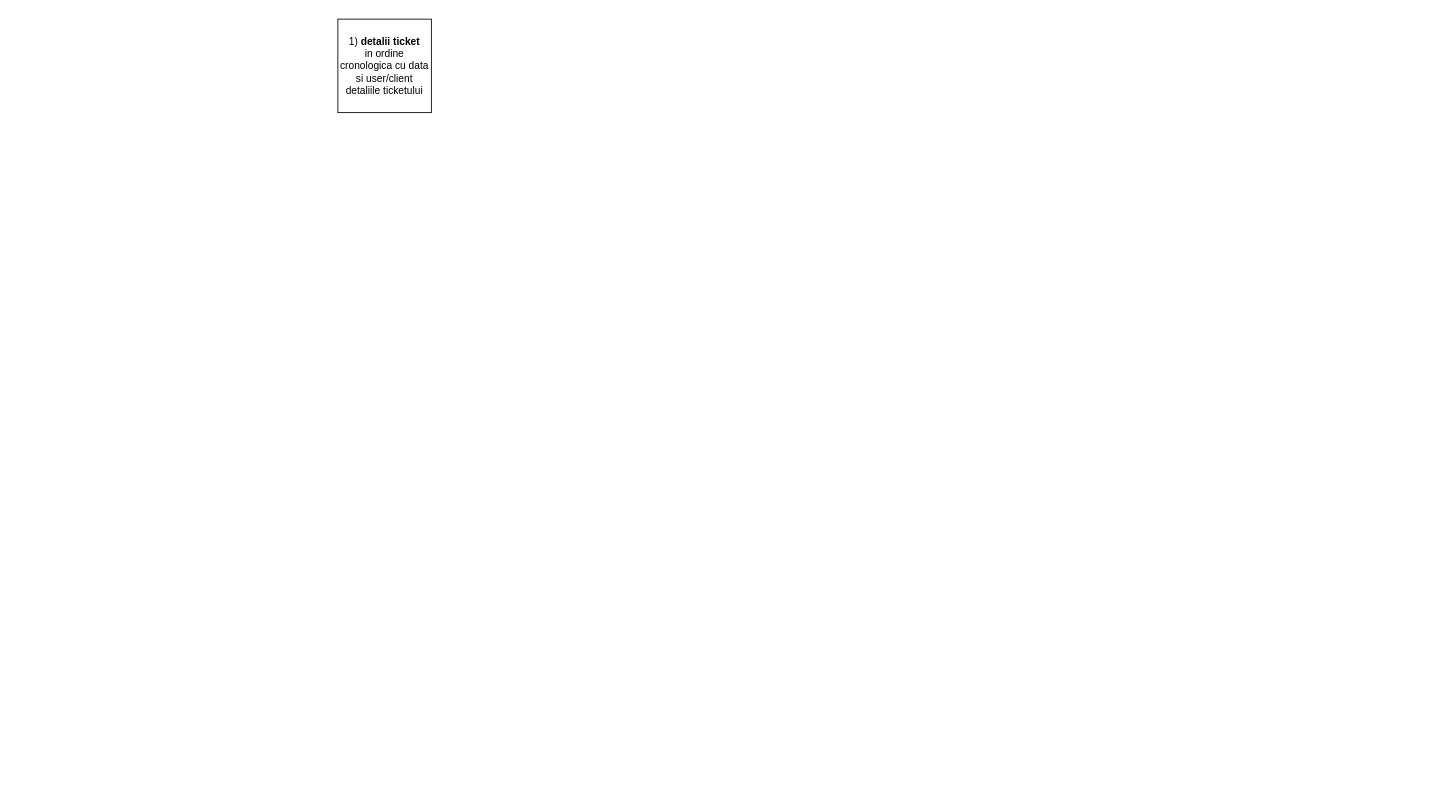
Above: Untitled Diagram.drawio.xml in TomaAndreeaCristina/App_ticketing (draw.io), before the change. Source tidied: cells renumbered, new cells numbered last; positions are measured from the earlier drawing's top-left corner, leaving out a move shared by most shapes. Both pictures are drawn from the tidied source at 85%, with x=0, y=0 at pixel (337, 19).
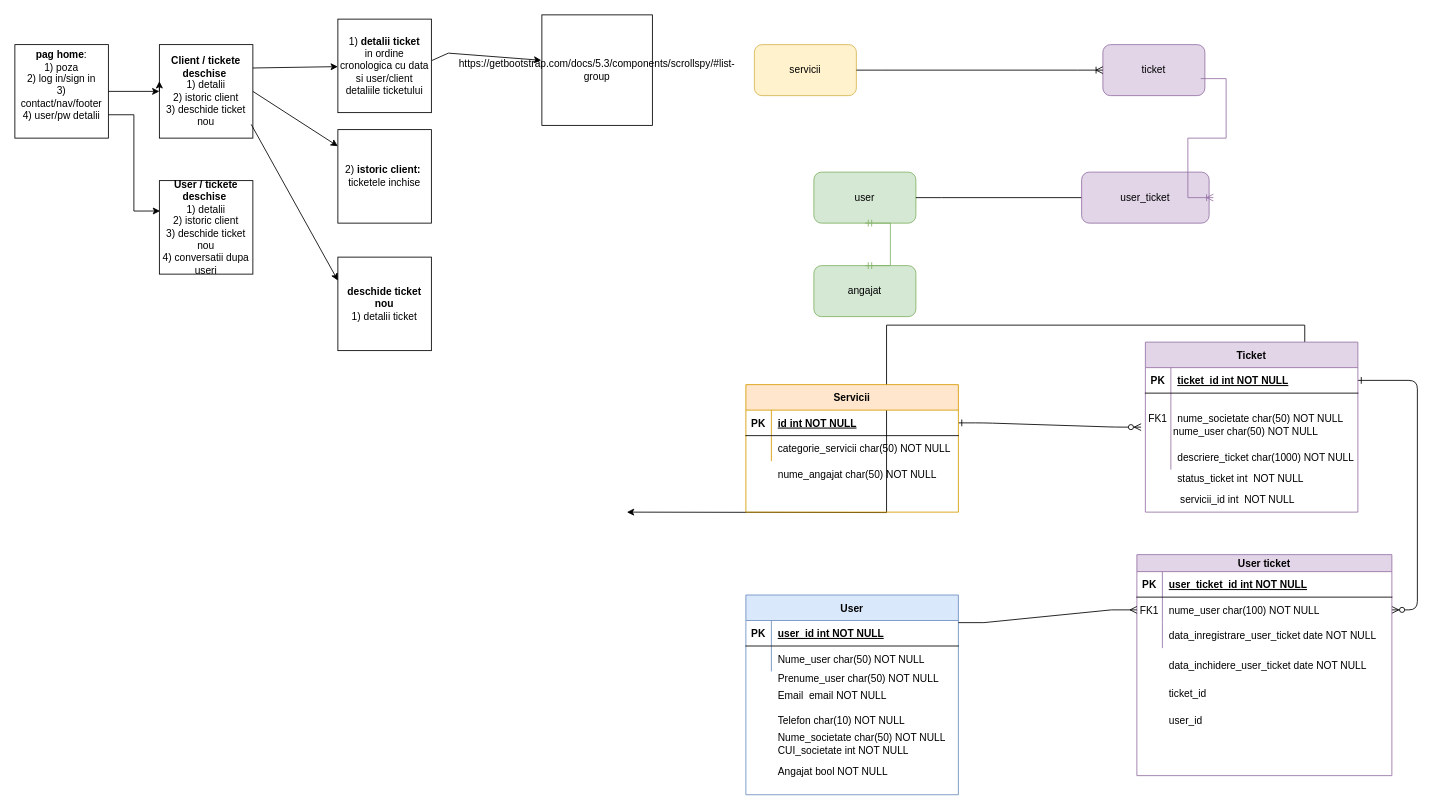
Above is the later version.

Unchanged cells that the change refers to:
```xml
<mxCell id="2" value="1) &lt;b&gt;detalii ticket&lt;/b&gt;&lt;div&gt;in ordine cronologica cu data si user/client detaliile ticketului&lt;/div&gt;" style="whiteSpace=wrap;html=1;" parent="1" vertex="1">
  <mxGeometry width="110" height="110" as="geometry" />
</mxCell>
```

Change to the diagram source:
```diff
@@
+    <mxCell id="3" style="edgeStyle=entityRelationEdgeStyle;endArrow=ERzeroToMany;startArrow=ERone;endFill=1;startFill=0;exitX=1;exitY=0.5;exitDx=0;exitDy=0;" parent="1" edge="1" source="27">
+      <mxGeometry relative="1" as="geometry">
+        <mxPoint x="945" y="480" as="targetPoint" />
+      </mxGeometry>
+    </mxCell>
+    <mxCell id="4" style="edgeStyle=entityRelationEdgeStyle;endArrow=ERzeroToMany;startArrow=ERone;endFill=1;startFill=0;" parent="1" edge="1" source="7" target="20">
+      <mxGeometry relative="1" as="geometry" />
+    </mxCell>
+    <mxCell id="5" style="edgeStyle=orthogonalEdgeStyle;rounded=0;jettySize=auto;html=1;exitX=0.75;exitY=0;exitDx=0;exitDy=0;" parent="1" edge="1" source="6">
+      <mxGeometry relative="1" as="geometry">
+        <mxPoint x="340" y="580" as="targetPoint" />
+      </mxGeometry>
+    </mxCell>
+    <mxCell id="6" value="Ticket" style="shape=table;startSize=30;childLayout=tableLayout;rowLines=0;fontStyle=1;align=center;fillColor=#e1d5e7;strokeColor=#9673a6;" parent="1" vertex="1">
+      <mxGeometry x="950" y="380" width="250" height="200" as="geometry" />
+    </mxCell>
+    <mxCell id="7" style="shape=partialRectangle;fillColor=none;points=[[0,0.5],[1,0.5]];portConstraint=eastwest;top=0;left=0;right=0;bottom=1;" parent="6" vertex="1">
+      <mxGeometry y="30" width="250" height="30" as="geometry" />
+    </mxCell>
+    <mxCell id="8" value="PK" style="shape=partialRectangle;overflow=hidden;fillColor=none;top=0;left=0;bottom=0;right=0;fontStyle=1;" parent="7" vertex="1">
+      <mxGeometry width="30" height="30" as="geometry" />
+    </mxCell>
+    <mxCell id="9" value="ticket_id int NOT NULL " style="shape=partialRectangle;overflow=hidden;fillColor=none;top=0;left=0;bottom=0;right=0;align=left;spacingLeft=6;fontStyle=5;" parent="7" vertex="1">
+      <mxGeometry x="30" width="220" height="30" as="geometry" />
+    </mxCell>
+    <mxCell id="10" style="shape=partialRectangle;fillColor=none;top=0;left=0;right=0;bottom=0;" parent="6" vertex="1">
+      <mxGeometry y="60" width="250" height="60" as="geometry" />
+    </mxCell>
+    <mxCell id="11" value="FK1" style="shape=partialRectangle;overflow=hidden;fillColor=none;top=0;left=0;bottom=0;right=0;" parent="10" vertex="1">
+      <mxGeometry width="30" height="60" as="geometry" />
+    </mxCell>
+    <mxCell id="12" value="nume_societate char(50) NOT NULL" style="shape=partialRectangle;overflow=hidden;fillColor=none;top=0;left=0;bottom=0;right=0;align=left;spacingLeft=6;" parent="10" vertex="1">
+      <mxGeometry x="30" width="220" height="60" as="geometry" />
+    </mxCell>
+    <mxCell id="13" style="shape=partialRectangle;fillColor=none;top=0;left=0;right=0;bottom=0;" parent="6" vertex="1">
+      <mxGeometry y="120" width="250" height="30" as="geometry" />
+    </mxCell>
+    <mxCell id="14" style="shape=partialRectangle;overflow=hidden;fillColor=none;top=0;left=0;bottom=0;right=0;" parent="13" vertex="1">
+      <mxGeometry width="30" height="30" as="geometry" />
+    </mxCell>
+    <mxCell id="15" value="descriere_ticket char(1000) NOT NULL" style="shape=partialRectangle;overflow=hidden;fillColor=none;top=0;left=0;bottom=0;right=0;align=left;spacingLeft=6;" parent="13" vertex="1">
+      <mxGeometry x="30" width="220" height="30" as="geometry" />
+    </mxCell>
+    <mxCell id="16" value="User ticket" style="shape=table;startSize=20;childLayout=tableLayout;rowLines=0;fontStyle=1;align=center;fillColor=#e1d5e7;strokeColor=#9673a6;" parent="1" vertex="1">
+      <mxGeometry x="940" y="630" width="300" height="260" as="geometry" />
+    </mxCell>
+    <mxCell id="17" style="shape=partialRectangle;fillColor=none;top=0;left=0;right=0;bottom=1;" parent="16" vertex="1">
+      <mxGeometry y="20" width="300" height="30" as="geometry" />
+    </mxCell>
+    <mxCell id="18" value="PK" style="shape=partialRectangle;overflow=hidden;fillColor=none;top=0;left=0;bottom=0;right=0;fontStyle=1;" parent="17" vertex="1">
+      <mxGeometry width="30" height="30" as="geometry" />
+    </mxCell>
+    <mxCell id="19" value="user_ticket_id int NOT NULL " style="shape=partialRectangle;overflow=hidden;fillColor=none;top=0;left=0;bottom=0;right=0;align=left;spacingLeft=6;fontStyle=5;" parent="17" vertex="1">
+      <mxGeometry x="30" width="270" height="30" as="geometry" />
+    </mxCell>
+    <mxCell id="20" style="shape=partialRectangle;fillColor=none;points=[[0,0.5],[1,0.5]];portConstraint=eastwest;top=0;left=0;right=0;bottom=0;" parent="16" vertex="1">
+      <mxGeometry y="50" width="300" height="30" as="geometry" />
+    </mxCell>
+    <mxCell id="21" value="FK1" style="shape=partialRectangle;overflow=hidden;fillColor=none;top=0;left=0;bottom=0;right=0;" parent="20" vertex="1">
+      <mxGeometry width="30" height="30" as="geometry" />
+    </mxCell>
+    <mxCell id="22" value="nume_user char(100) NOT NULL" style="shape=partialRectangle;overflow=hidden;fillColor=none;top=0;left=0;bottom=0;right=0;align=left;spacingLeft=6;" parent="20" vertex="1">
+      <mxGeometry x="30" width="270" height="30" as="geometry" />
+    </mxCell>
+    <mxCell id="23" style="shape=partialRectangle;fillColor=none;top=0;left=0;right=0;bottom=0;" parent="16" vertex="1">
+      <mxGeometry y="80" width="300" height="30" as="geometry" />
+    </mxCell>
+    <mxCell id="24" style="shape=partialRectangle;overflow=hidden;fillColor=none;top=0;left=0;bottom=0;right=0;" parent="23" vertex="1">
+      <mxGeometry width="30" height="30" as="geometry" />
+    </mxCell>
+    <mxCell id="25" value="data_inregistrare_user_ticket date NOT NULL" style="shape=partialRectangle;overflow=hidden;fillColor=none;top=0;left=0;bottom=0;right=0;align=left;spacingLeft=6;" parent="23" vertex="1">
+      <mxGeometry x="30" width="270" height="30" as="geometry" />
+    </mxCell>
+    <mxCell id="26" value="Servicii" style="shape=table;startSize=30;childLayout=tableLayout;rowLines=0;fontStyle=1;align=center;fillColor=#ffe6cc;strokeColor=#d79b00;" parent="1" vertex="1">
+      <mxGeometry x="480" y="430" width="250" height="150" as="geometry" />
+    </mxCell>
+    <mxCell id="27" style="shape=partialRectangle;fillColor=none;points=[[0,0.5],[1,0.5]];portConstraint=eastwest;top=0;left=0;right=0;bottom=1;" parent="26" vertex="1">
+      <mxGeometry y="30" width="250" height="30" as="geometry" />
+    </mxCell>
+    <mxCell id="28" value="PK" style="shape=partialRectangle;overflow=hidden;fillColor=none;top=0;left=0;bottom=0;right=0;fontStyle=1;" parent="27" vertex="1">
+      <mxGeometry width="30" height="30" as="geometry" />
+    </mxCell>
+    <mxCell id="29" value="id int NOT NULL " style="shape=partialRectangle;overflow=hidden;fillColor=none;top=0;left=0;bottom=0;right=0;align=left;spacingLeft=6;fontStyle=5;" parent="27" vertex="1">
+      <mxGeometry x="30" width="220" height="30" as="geometry" />
+    </mxCell>
+    <mxCell id="30" style="shape=partialRectangle;fillColor=none;top=0;left=0;right=0;bottom=0;" parent="26" vertex="1">
+      <mxGeometry y="60" width="250" height="30" as="geometry" />
+    </mxCell>
+    <mxCell id="31" style="shape=partialRectangle;overflow=hidden;fillColor=none;top=0;left=0;bottom=0;right=0;" parent="30" vertex="1">
+      <mxGeometry width="30" height="30" as="geometry" />
+    </mxCell>
+    <mxCell id="32" style="shape=partialRectangle;overflow=hidden;fillColor=none;top=0;left=0;bottom=0;right=0;align=left;spacingLeft=6;" parent="30" vertex="1">
+      <mxGeometry x="30" width="220" height="30" as="geometry" />
+    </mxCell>
+    <mxCell id="33" value="servicii" style="rounded=1;whiteSpace=wrap;html=1;fillColor=#fff2cc;strokeColor=#d6b656;" parent="1" vertex="1">
+      <mxGeometry x="490" y="30" width="120" height="60" as="geometry" />
+    </mxCell>
+    <mxCell id="34" value="ticket" style="rounded=1;whiteSpace=wrap;html=1;fillColor=#e1d5e7;strokeColor=#9673a6;" parent="1" vertex="1">
+      <mxGeometry x="900" y="30" width="120" height="60" as="geometry" />
+    </mxCell>
+    <mxCell id="35" value="user" style="rounded=1;whiteSpace=wrap;html=1;fillColor=#d5e8d4;strokeColor=#82b366;" parent="1" vertex="1">
+      <mxGeometry x="560" y="180" width="120" height="60" as="geometry" />
+    </mxCell>
+    <mxCell id="36" value="angajat" style="rounded=1;whiteSpace=wrap;html=1;fillColor=#d5e8d4;strokeColor=#82b366;" parent="1" vertex="1">
+      <mxGeometry x="560" y="290" width="120" height="60" as="geometry" />
+    </mxCell>
+    <mxCell id="37" style="edgeStyle=entityRelationEdgeStyle;fontSize=12;html=1;endArrow=ERoneToMany;rounded=0;exitX=1;exitY=0.5;exitDx=0;exitDy=0;entryX=0;entryY=0.5;entryDx=0;entryDy=0;" parent="1" edge="1" source="33" target="34">
+      <mxGeometry relative="1" as="geometry" />
+    </mxCell>
+    <mxCell id="38" style="edgeStyle=entityRelationEdgeStyle;fontSize=12;html=1;endArrow=ERoneToMany;rounded=0;exitX=1;exitY=0.5;exitDx=0;exitDy=0;entryX=0;entryY=0.5;entryDx=0;entryDy=0;" parent="1" edge="1" source="35" target="39">
+      <mxGeometry relative="1" as="geometry" />
+    </mxCell>
+    <mxCell id="39" value="user_ticket" style="rounded=1;whiteSpace=wrap;html=1;fillColor=#e1d5e7;strokeColor=#9673a6;direction=west;" parent="1" vertex="1">
+      <mxGeometry x="875" y="180" width="150" height="60" as="geometry" />
+    </mxCell>
+    <mxCell id="40" style="edgeStyle=entityRelationEdgeStyle;fontSize=12;html=1;endArrow=ERoneToMany;rounded=0;exitX=1;exitY=0.5;exitDx=0;exitDy=0;entryX=1;entryY=0.5;entryDx=0;entryDy=0;fillColor=#e1d5e7;strokeColor=#9673a6;" parent="1" edge="1">
+      <mxGeometry relative="1" as="geometry">
+        <mxPoint x="1015" y="70" as="sourcePoint" />
+        <mxPoint x="1030" y="210" as="targetPoint" />
+        <Array as="points">
+          <mxPoint x="1000" y="230" />
+        </Array>
+      </mxGeometry>
+    </mxCell>
+    <mxCell id="41" style="edgeStyle=entityRelationEdgeStyle;fontSize=12;html=1;endArrow=ERmandOne;startArrow=ERmandOne;rounded=0;exitX=0.5;exitY=1;exitDx=0;exitDy=0;entryX=0.5;entryY=0;entryDx=0;entryDy=0;fillColor=#d5e8d4;strokeColor=#82b366;" parent="1" edge="1" source="35" target="36">
+      <mxGeometry relative="1" as="geometry" />
+    </mxCell>
+    <mxCell id="42" value="categorie_servicii char(50) NOT NULL" style="shape=partialRectangle;overflow=hidden;fillColor=none;top=0;left=0;bottom=0;right=0;align=left;spacingLeft=6;" parent="1" vertex="1">
+      <mxGeometry x="510" y="490" width="220" height="30" as="geometry" />
+    </mxCell>
+    <mxCell id="43" value="nume_angajat char(50) NOT NULL" style="shape=partialRectangle;overflow=hidden;fillColor=none;top=0;left=0;bottom=0;right=0;align=left;spacingLeft=6;" parent="1" vertex="1">
+      <mxGeometry x="510" y="520" width="220" height="30" as="geometry" />
+    </mxCell>
+    <mxCell id="44" style="shape=partialRectangle;fillColor=none;top=0;left=0;right=0;bottom=0;" parent="1" vertex="1">
+      <mxGeometry x="960" y="500" width="250" height="30" as="geometry" />
+    </mxCell>
+    <mxCell id="45" style="shape=partialRectangle;overflow=hidden;fillColor=none;top=0;left=0;bottom=0;right=0;" parent="44" vertex="1">
+      <mxGeometry width="30" height="30" as="geometry" />
+    </mxCell>
+    <mxCell id="46" value=" servicii_id int  NOT NULL" style="shape=partialRectangle;overflow=hidden;fillColor=none;top=0;left=0;bottom=0;right=0;align=left;spacingLeft=6;" parent="1" vertex="1">
+      <mxGeometry x="980" y="530" width="195" height="70" as="geometry" />
+    </mxCell>
+    <mxCell id="47" value="nume_user char(50) NOT NULL" style="shape=partialRectangle;overflow=hidden;fillColor=none;top=0;left=0;bottom=0;right=0;align=left;spacingLeft=6;" parent="1" vertex="1">
+      <mxGeometry x="975" y="460" width="220" height="50" as="geometry" />
+    </mxCell>
+    <mxCell id="48" value="ticket_id" style="shape=partialRectangle;overflow=hidden;fillColor=none;top=0;left=0;bottom=0;right=0;align=left;spacingLeft=6;" parent="1" vertex="1">
+      <mxGeometry x="970" y="777.5" width="270" height="30" as="geometry" />
+    </mxCell>
+    <mxCell id="49" value="User" style="shape=table;startSize=30;childLayout=tableLayout;rowLines=0;fontStyle=1;align=center;fillColor=#dae8fc;strokeColor=#6c8ebf;" parent="1" vertex="1">
+      <mxGeometry x="480" y="677.5" width="250" height="235" as="geometry" />
+    </mxCell>
+    <mxCell id="50" style="shape=partialRectangle;fillColor=none;top=0;left=0;right=0;bottom=1;" parent="49" vertex="1">
+      <mxGeometry y="30" width="250" height="30" as="geometry" />
+    </mxCell>
+    <mxCell id="51" value="PK" style="shape=partialRectangle;overflow=hidden;fillColor=none;top=0;left=0;bottom=0;right=0;fontStyle=1;" parent="50" vertex="1">
+      <mxGeometry width="30" height="30" as="geometry" />
+    </mxCell>
+    <mxCell id="52" value="user_id int NOT NULL " style="shape=partialRectangle;overflow=hidden;fillColor=none;top=0;left=0;bottom=0;right=0;align=left;spacingLeft=6;fontStyle=5;" parent="50" vertex="1">
+      <mxGeometry x="30" width="220" height="30" as="geometry" />
+    </mxCell>
+    <mxCell id="53" style="shape=partialRectangle;fillColor=none;top=0;left=0;right=0;bottom=0;" parent="49" vertex="1">
+      <mxGeometry y="60" width="250" height="30" as="geometry" />
+    </mxCell>
+    <mxCell id="54" style="shape=partialRectangle;overflow=hidden;fillColor=none;top=0;left=0;bottom=0;right=0;" parent="53" vertex="1">
+      <mxGeometry width="30" height="30" as="geometry" />
+    </mxCell>
+    <mxCell id="55" value="Nume_user char(50) NOT NULL" style="shape=partialRectangle;overflow=hidden;fillColor=none;top=0;left=0;bottom=0;right=0;align=left;spacingLeft=6;" parent="53" vertex="1">
+      <mxGeometry x="30" width="220" height="30" as="geometry" />
+    </mxCell>
+    <mxCell id="56" value="Prenume_user char(50) NOT NULL" style="shape=partialRectangle;overflow=hidden;fillColor=none;top=0;left=0;bottom=0;right=0;align=left;spacingLeft=6;" parent="1" vertex="1">
+      <mxGeometry x="510" y="760" width="220" height="30" as="geometry" />
+    </mxCell>
+    <mxCell id="57" value="Email  email NOT NULL" style="shape=partialRectangle;overflow=hidden;fillColor=none;top=0;left=0;bottom=0;right=0;align=left;spacingLeft=6;" parent="1" vertex="1">
+      <mxGeometry x="510" y="780" width="220" height="30" as="geometry" />
+    </mxCell>
+    <mxCell id="58" value="Telefon char(10) NOT NULL" style="shape=partialRectangle;overflow=hidden;fillColor=none;top=0;left=0;bottom=0;right=0;align=left;spacingLeft=6;" parent="1" vertex="1">
+      <mxGeometry x="510" y="810" width="220" height="30" as="geometry" />
+    </mxCell>
+    <mxCell id="59" style="edgeStyle=entityRelationEdgeStyle;fontSize=12;html=1;endArrow=ERmany;rounded=0;entryX=0;entryY=0.5;entryDx=0;entryDy=0;" parent="1" edge="1" target="20">
+      <mxGeometry relative="1" as="geometry">
+        <mxPoint x="730" y="710" as="sourcePoint" />
+      </mxGeometry>
+    </mxCell>
+    <mxCell id="60" value="Nume_societate char(50) NOT NULL" style="shape=partialRectangle;overflow=hidden;fillColor=none;top=0;left=0;bottom=0;right=0;align=left;spacingLeft=6;" parent="1" vertex="1">
+      <mxGeometry x="510" y="830" width="220" height="30" as="geometry" />
+    </mxCell>
+    <mxCell id="61" value="CUI_societate int NOT NULL" style="shape=partialRectangle;overflow=hidden;fillColor=none;top=0;left=0;bottom=0;right=0;align=left;spacingLeft=6;" parent="1" vertex="1">
+      <mxGeometry x="510" y="845" width="220" height="30" as="geometry" />
+    </mxCell>
+    <mxCell id="62" value="Angajat bool NOT NULL" style="shape=partialRectangle;overflow=hidden;fillColor=none;top=0;left=0;bottom=0;right=0;align=left;spacingLeft=6;" parent="1" vertex="1">
+      <mxGeometry x="510" y="870" width="220" height="30" as="geometry" />
+    </mxCell>
+    <mxCell id="63" value="user_id" style="shape=partialRectangle;overflow=hidden;fillColor=none;top=0;left=0;bottom=0;right=0;align=left;spacingLeft=6;" parent="1" vertex="1">
+      <mxGeometry x="970" y="810" width="270" height="30" as="geometry" />
+    </mxCell>
+    <mxCell id="64" value="data_inchidere_user_ticket date NOT NULL" style="shape=partialRectangle;overflow=hidden;fillColor=none;top=0;left=0;bottom=0;right=0;align=left;spacingLeft=6;" parent="1" vertex="1">
+      <mxGeometry x="970" y="745" width="270" height="30" as="geometry" />
+    </mxCell>
+    <mxCell id="65" value="status_ticket int  NOT NULL" style="shape=partialRectangle;overflow=hidden;fillColor=none;top=0;left=0;bottom=0;right=0;align=left;spacingLeft=6;" parent="1" vertex="1">
+      <mxGeometry x="980" y="525" width="220" height="30" as="geometry" />
+    </mxCell>
+    <mxCell id="66" value="&lt;b&gt;pag home&lt;/b&gt;:&lt;div&gt;1) poza&lt;/div&gt;&lt;div&gt;2) log in/sign in&lt;/div&gt;&lt;div&gt;3) contact/nav/footer&lt;/div&gt;&lt;div&gt;&lt;div&gt;&lt;span style=&quot;background-color: initial;&quot;&gt;4) user/pw detalii&lt;/span&gt;&lt;br&gt;&lt;/div&gt;&lt;/div&gt;&lt;div&gt;&lt;br&gt;&lt;/div&gt;" style="whiteSpace=wrap;html=1;" parent="1" vertex="1">
+      <mxGeometry x="-380" y="30" width="110" height="110" as="geometry" />
+    </mxCell>
+    <mxCell id="67" style="endArrow=classic;html=1;rounded=0;entryX=0;entryY=0.5;entryDx=0;entryDy=0;exitX=1;exitY=0.5;exitDx=0;exitDy=0;" parent="1" edge="1" source="66" target="68">
+      <mxGeometry relative="1" as="geometry" />
+    </mxCell>
+    <mxCell id="68" value="&lt;b&gt;Client / tickete deschise&lt;/b&gt;&amp;nbsp;&lt;div&gt;1) detalii&lt;/div&gt;&lt;div&gt;2) istoric client&lt;/div&gt;&lt;div&gt;3) deschide ticket nou&lt;/div&gt;" style="whiteSpace=wrap;html=1;" parent="1" vertex="1">
+      <mxGeometry x="-210" y="30" width="110" height="110" as="geometry" />
+    </mxCell>
+    <mxCell id="69" value="2) &lt;b&gt;istoric client:&lt;/b&gt;&amp;nbsp;&lt;div&gt;ticketele inchise&lt;/div&gt;" style="whiteSpace=wrap;html=1;" parent="1" vertex="1">
+      <mxGeometry y="130" width="110" height="110" as="geometry" />
+    </mxCell>
+    <mxCell id="70" style="endArrow=classic;html=1;rounded=0;exitX=1;exitY=0.5;exitDx=0;exitDy=0;" parent="1" edge="1" source="68" target="69">
+      <mxGeometry relative="1" as="geometry" />
+    </mxCell>
+    <mxCell id="71" value="&lt;b&gt;deschide ticket nou&lt;/b&gt;&lt;div&gt;1) detalii ticket&lt;/div&gt;" style="whiteSpace=wrap;html=1;" parent="1" vertex="1">
+      <mxGeometry y="280" width="110" height="110" as="geometry" />
+    </mxCell>
+    <mxCell id="72" style="endArrow=classic;html=1;rounded=0;exitX=0.982;exitY=0.853;exitDx=0;exitDy=0;exitPerimeter=0;entryX=0;entryY=0.25;entryDx=0;entryDy=0;" parent="1" edge="1" source="68" target="71">
+      <mxGeometry relative="1" as="geometry" />
+    </mxCell>
@@
+    <mxCell id="73" style="endArrow=classic;html=1;rounded=0;exitX=1;exitY=0.25;exitDx=0;exitDy=0;" parent="1" edge="1" source="68" target="2">
+      <mxGeometry relative="1" as="geometry" />
+    </mxCell>
+    <mxCell id="74" value="&lt;b&gt;User / tickete deschise&lt;/b&gt;&amp;nbsp;&lt;div&gt;1) detalii&lt;/div&gt;&lt;div&gt;2) istoric client&lt;/div&gt;&lt;div&gt;3) deschide ticket nou&lt;/div&gt;&lt;div&gt;4) conversatii dupa useri&lt;/div&gt;" style="whiteSpace=wrap;html=1;" parent="1" vertex="1">
+      <mxGeometry x="-210" y="190" width="110" height="110" as="geometry" />
+    </mxCell>
+    <mxCell id="75" style="edgeStyle=orthogonalEdgeStyle;rounded=0;orthogonalLoop=1;jettySize=auto;html=1;exitX=0;exitY=0.5;exitDx=0;exitDy=0;entryX=0;entryY=0.391;entryDx=0;entryDy=0;entryPerimeter=0;" parent="1" edge="1" source="68" target="68">
+      <mxGeometry relative="1" as="geometry" />
+    </mxCell>
+    <mxCell id="76" value="https://getbootstrap.com/docs/5.3/components/scrollspy/#list-group" style="whiteSpace=wrap;html=1;" parent="1" vertex="1">
+      <mxGeometry x="240" y="-5" width="130" height="130" as="geometry" />
+    </mxCell>
+    <mxCell id="77" style="endArrow=classic;html=1;rounded=0;entryX=-0.006;entryY=0.411;entryDx=0;entryDy=0;entryPerimeter=0;exitX=1.007;exitY=0.442;exitDx=0;exitDy=0;exitPerimeter=0;" parent="1" edge="1" source="2" target="76">
+      <mxGeometry relative="1" as="geometry">
+        <Array as="points">
+          <mxPoint x="130" y="40" />
+        </Array>
+      </mxGeometry>
+    </mxCell>
+    <mxCell id="78" style="edgeStyle=orthogonalEdgeStyle;rounded=0;jettySize=auto;html=1;exitX=1;exitY=0.75;exitDx=0;exitDy=0;entryX=0.007;entryY=0.325;entryDx=0;entryDy=0;entryPerimeter=0;" parent="1" edge="1" source="66" target="74">
+      <mxGeometry relative="1" as="geometry" />
+    </mxCell>
```
